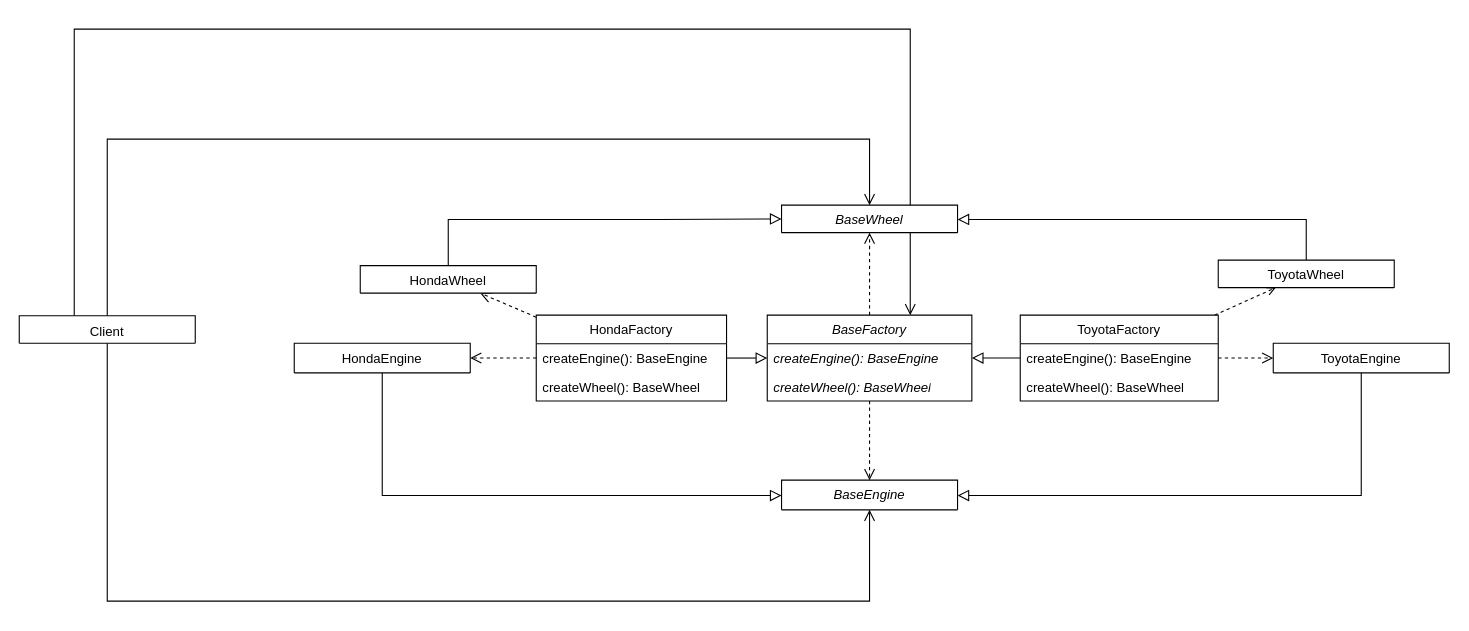
Before: page "Страница-2" (2 of 3) of lab01/docs/1.drawio in Dvakian/Object-oriented-analysis-and-design-2, a draw.io diagram. Source tidied: cells renumbered, new cells numbered last; positions are measured from the earlier drawing's top-left corner, leaving out a move shared by most shapes. Both pictures are drawn from the tidied source at 110%, with x=0, y=0 at pixel (19, 29).
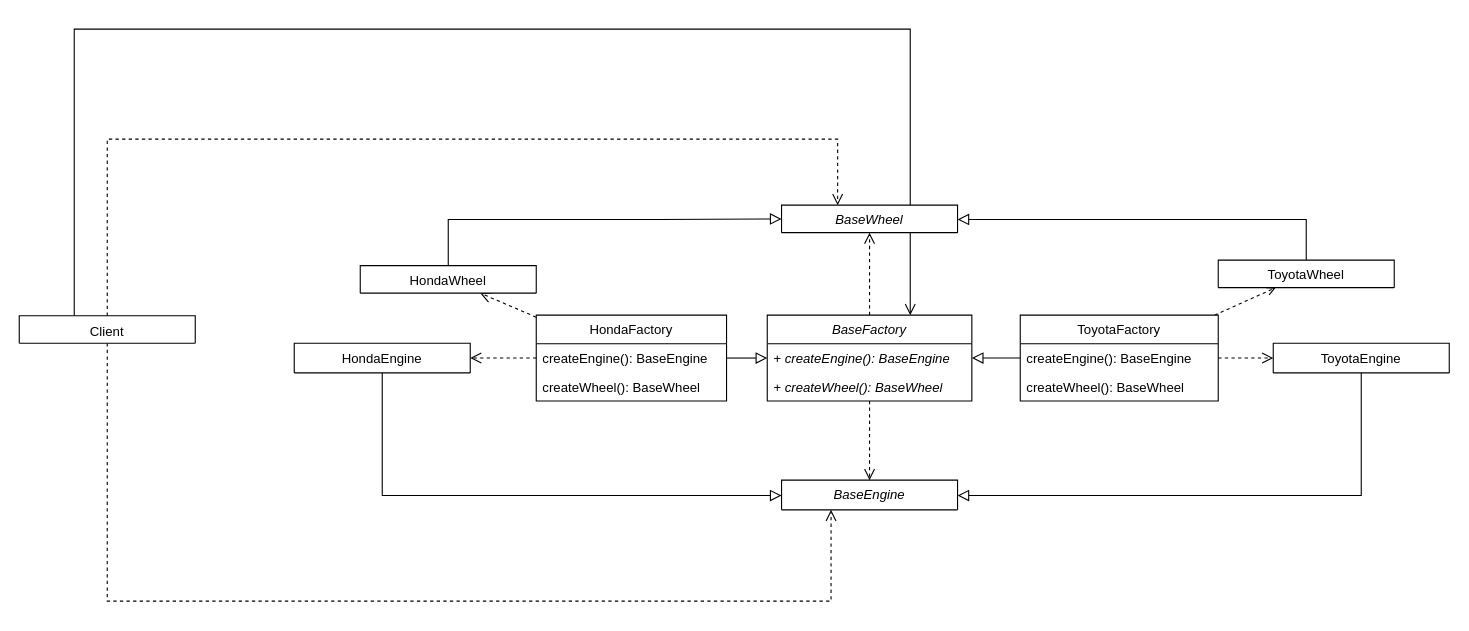
After the change.

Unchanged cells that the change refers to:
```xml
<mxCell id="20" value="&lt;i style=&quot;font-weight: normal;&quot;&gt;BaseFactory&lt;/i&gt;" style="swimlane;fontStyle=1;align=center;verticalAlign=top;horizontal=1;startSize=26;whiteSpace=wrap;html=1;" parent="1" vertex="1">
  <mxGeometry x="680" y="260" width="186" height="78" as="geometry" />
</mxCell>
<mxCell id="26" value="&lt;span style=&quot;font-weight: normal;&quot;&gt;Client&lt;/span&gt;" style="swimlane;fontStyle=1;align=center;verticalAlign=top;horizontal=1;startSize=34;whiteSpace=wrap;html=1;" parent="1" vertex="1">
  <mxGeometry y="260.5" width="160" height="25" as="geometry" />
</mxCell>
<mxCell id="27" value="&lt;span style=&quot;font-weight: 400;&quot;&gt;&lt;i&gt;BaseEngine&lt;/i&gt;&lt;/span&gt;" style="swimlane;fontStyle=1;align=center;verticalAlign=top;horizontal=1;startSize=34;whiteSpace=wrap;html=1;" parent="1" vertex="1">
  <mxGeometry x="693" y="410" width="160" height="27" as="geometry" />
</mxCell>
<mxCell id="32" value="&lt;i style=&quot;font-weight: normal;&quot;&gt;BaseWheel&lt;/i&gt;&lt;div&gt;&lt;i style=&quot;font-weight: normal;&quot;&gt;&lt;br&gt;&lt;/i&gt;&lt;/div&gt;" style="swimlane;fontStyle=1;align=center;verticalAlign=top;horizontal=1;startSize=34;whiteSpace=wrap;html=1;" parent="1" vertex="1">
  <mxGeometry x="693" y="160" width="160" height="25" as="geometry" />
</mxCell>
```

Change to the diagram source:
```diff
@@
-    <mxCell id="21" value="&lt;i&gt;createEngine(): BaseEngine&lt;/i&gt;" style="text;strokeColor=none;fillColor=none;align=left;verticalAlign=top;spacingLeft=4;spacingRight=4;overflow=hidden;whiteSpace=wrap;html=1;" parent="20" vertex="1">
+    <mxCell id="21" value="&lt;i&gt;+ createEngine(): BaseEngine&lt;/i&gt;" style="text;strokeColor=none;fillColor=none;align=left;verticalAlign=top;spacingLeft=4;spacingRight=4;overflow=hidden;whiteSpace=wrap;html=1;" parent="20" vertex="1">
       <mxGeometry y="26" width="186" height="26" as="geometry" />
     </mxCell>
-    <mxCell id="22" value="&lt;i&gt;createWheel(): BaseWheel&lt;/i&gt;" style="text;strokeColor=none;fillColor=none;align=left;verticalAlign=top;spacingLeft=4;spacingRight=4;overflow=hidden;whiteSpace=wrap;html=1;" parent="20" vertex="1">
+    <mxCell id="22" value="&lt;i&gt;+ createWheel(): BaseWheel&lt;/i&gt;" style="text;strokeColor=none;fillColor=none;align=left;verticalAlign=top;spacingLeft=4;spacingRight=4;overflow=hidden;whiteSpace=wrap;html=1;" parent="20" vertex="1">
       <mxGeometry y="52" width="186" height="26" as="geometry" />
     </mxCell>
-    <mxCell id="23" style="edgeStyle=orthogonalEdgeStyle;rounded=0;jettySize=auto;html=1;endSize=8;endArrow=open;endFill=0;" parent="1" edge="1" source="26" target="32">
+    <mxCell id="23" style="edgeStyle=orthogonalEdgeStyle;rounded=0;jettySize=auto;html=1;endSize=8;endArrow=open;endFill=0;dashed=1;" parent="1" edge="1" source="26" target="32">
       <mxGeometry relative="1" as="geometry">
         <Array as="points">
           <mxPoint x="80" y="100" />
-          <mxPoint x="773" y="100" />
+          <mxPoint x="744" y="100" />
         </Array>
       </mxGeometry>
     </mxCell>
-    <mxCell id="24" style="edgeStyle=orthogonalEdgeStyle;rounded=0;jettySize=auto;html=1;endSize=8;endArrow=open;endFill=0;" parent="1" edge="1" source="26" target="27">
+    <mxCell id="24" style="edgeStyle=orthogonalEdgeStyle;rounded=0;jettySize=auto;html=1;endSize=8;endArrow=open;endFill=0;dashed=1;" parent="1" edge="1" source="26" target="27">
       <mxGeometry relative="1" as="geometry">
         <Array as="points">
           <mxPoint x="80" y="520" />
-          <mxPoint x="773" y="520" />
+          <mxPoint x="738" y="520" />
         </Array>
       </mxGeometry>
     </mxCell>
```
